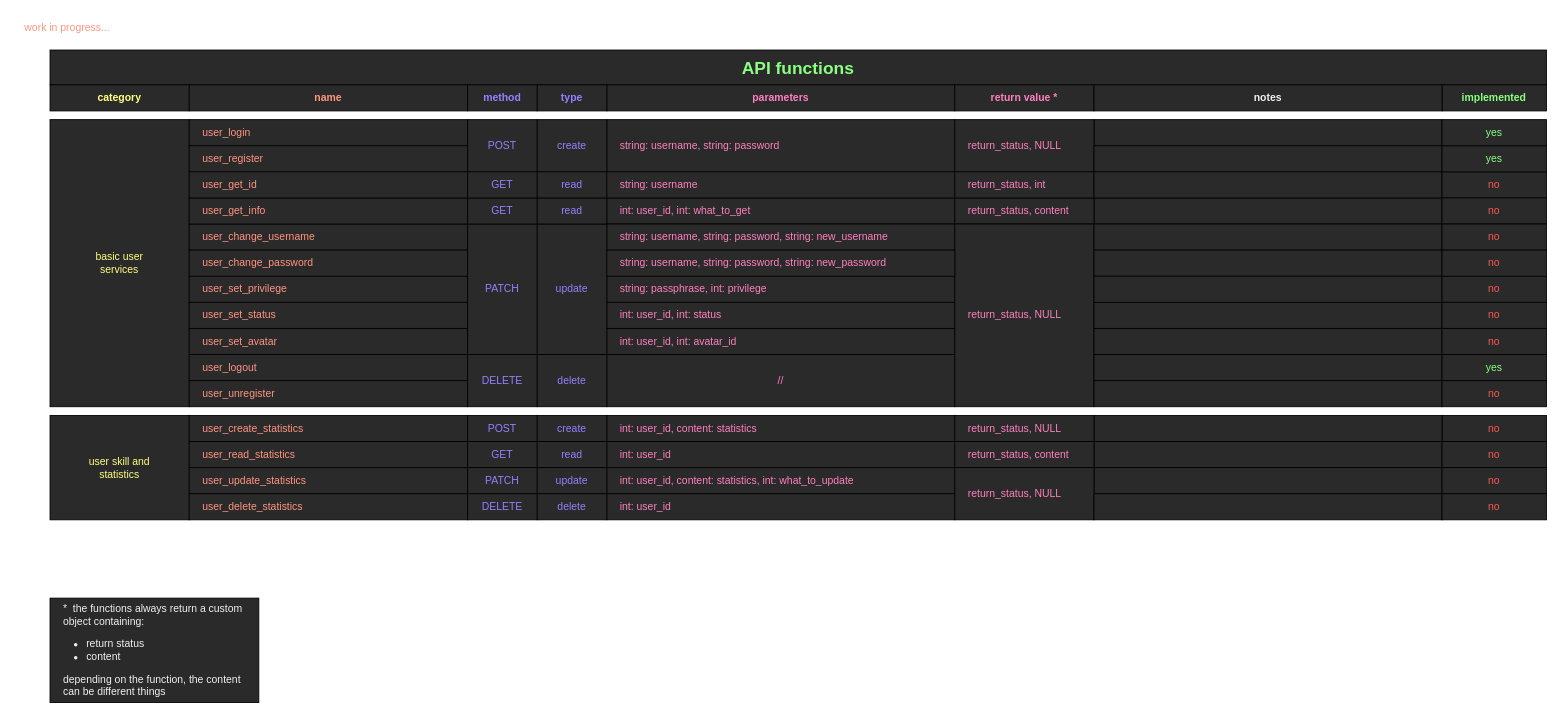
Above: page "API functions" (4 of 5) of Backend/BMCards_final_architecture.drawio in WaitingPigeon/BMCards (draw.io), before the change. Source tidied: cells renumbered, new cells numbered last; positions are measured from the earlier drawing's top-left corner, leaving out a move shared by most shapes. Both pictures are drawn from the tidied source at 87%, with x=0, y=0 at pixel (15, 15).
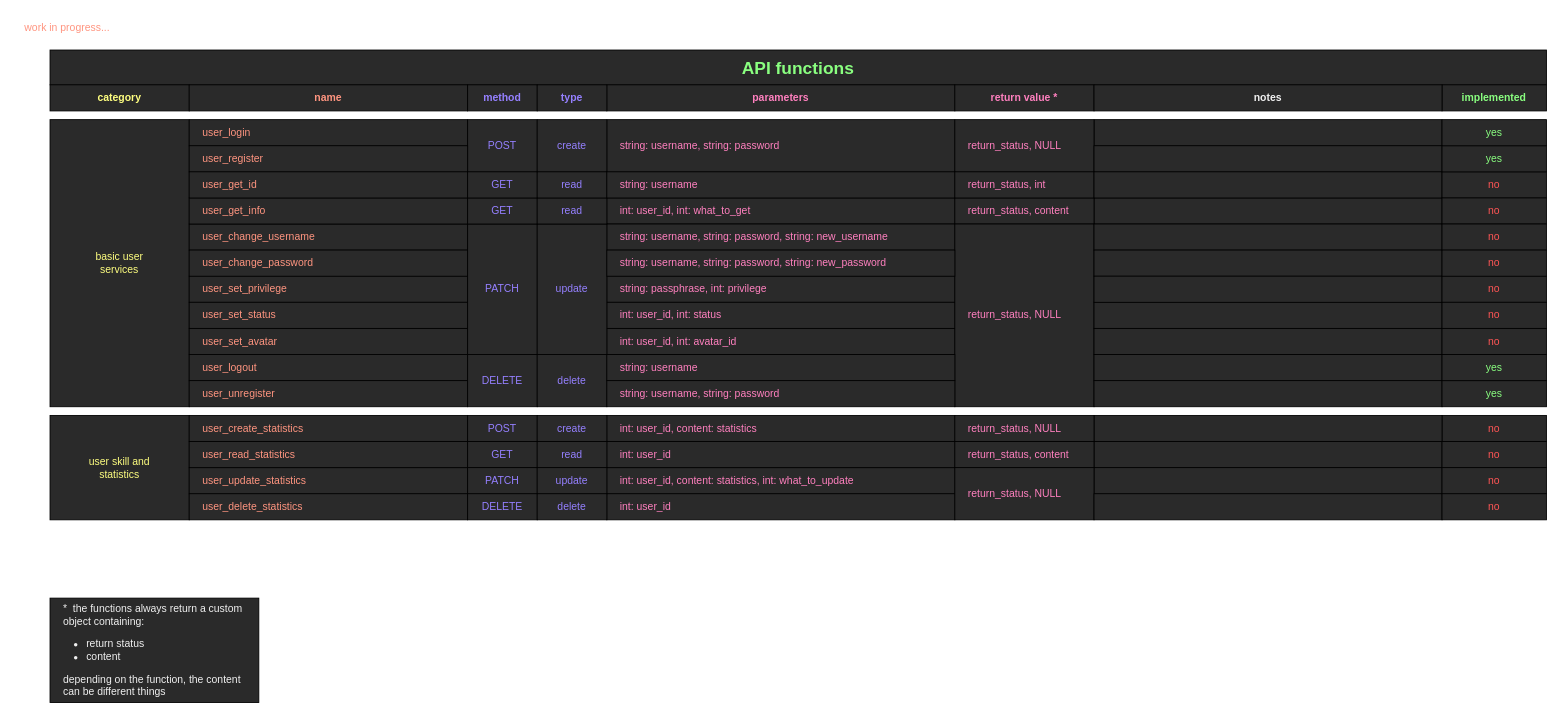
The same diagram, later.

Diff of the diagram source:
```diff
@@
-    <mxCell id="37" value="//" style="rounded=0;whiteSpace=wrap;html=1;fontSize=12;fillColor=#2A2A2A;fontColor=#ff80bf;fontStyle=0;align=center;" parent="1" vertex="1">
-      <mxGeometry x="680" y="390" width="400" height="60" as="geometry" />
-    </mxCell>
@@
-    <mxCell id="86" value="no" style="rounded=0;whiteSpace=wrap;html=1;fontSize=12;fillColor=#2A2A2A;fontColor=#ff5555;fontStyle=0;" parent="1" vertex="1">
+    <mxCell id="86" value="yes" style="rounded=0;whiteSpace=wrap;html=1;fontSize=12;fillColor=#2A2A2A;fontColor=#8AFF80;fontStyle=0;" parent="1" vertex="1">
       <mxGeometry x="1640" y="420" width="120" height="30" as="geometry" />
     </mxCell>
@@
+    <mxCell id="98" value="&amp;nbsp; &amp;nbsp; string: username" style="rounded=0;whiteSpace=wrap;html=1;fontSize=12;fillColor=#2A2A2A;fontColor=#ff80bf;fontStyle=0;align=left;" parent="1" vertex="1">
+      <mxGeometry x="680" y="390" width="400" height="30" as="geometry" />
+    </mxCell>
+    <mxCell id="99" value="&amp;nbsp; &amp;nbsp; string: username, string: password" style="rounded=0;whiteSpace=wrap;html=1;fontSize=12;fillColor=#2A2A2A;fontColor=#ff80bf;fontStyle=0;align=left;" parent="1" vertex="1">
+      <mxGeometry x="680" y="420" width="400" height="30" as="geometry" />
+    </mxCell>
```
